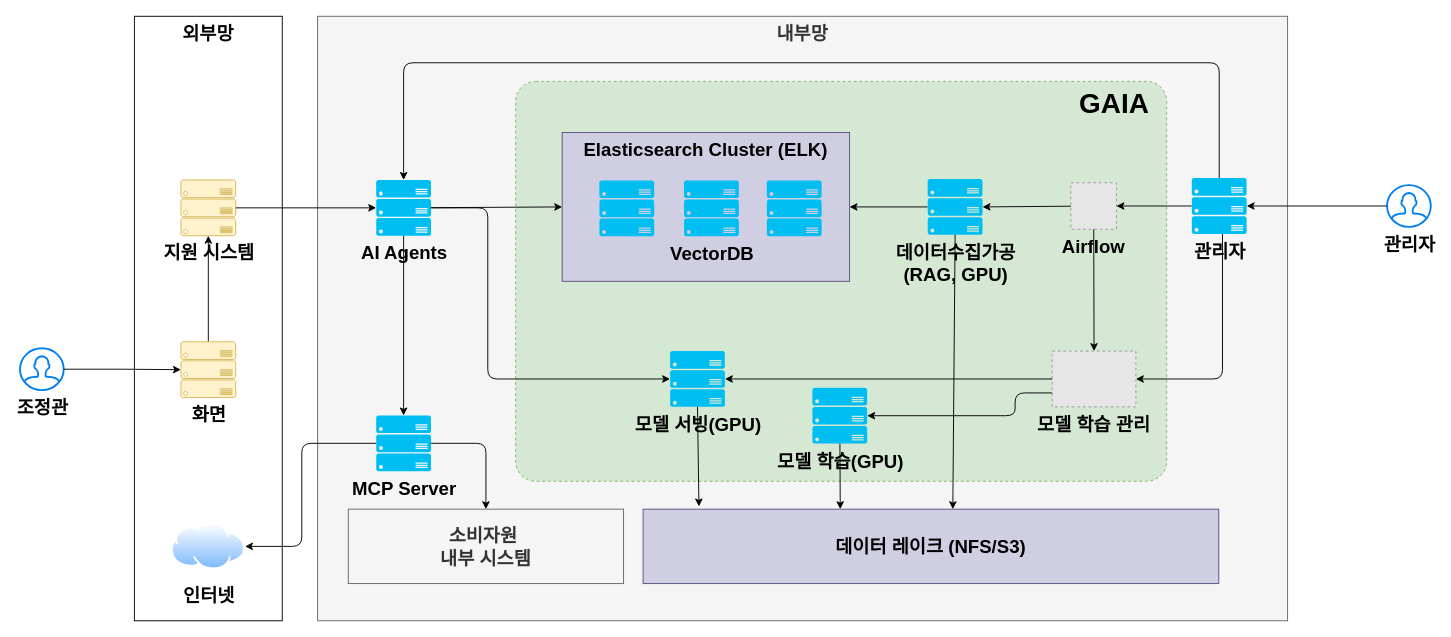
This is page "서버구성(2차년도)" (10 of 11) of docs/KCA.drawio from eunpa/KCA, a draw.io file, before an edit. Source tidied: cells renumbered, new cells numbered last; positions are measured from the earlier drawing's top-left corner, leaving out a move shared by most shapes. Both pictures are drawn from the tidied source at 93%, with x=0, y=0 at pixel (20, 16). Pictures stored in the file or linked from it are replaced by grey dashed boxes.
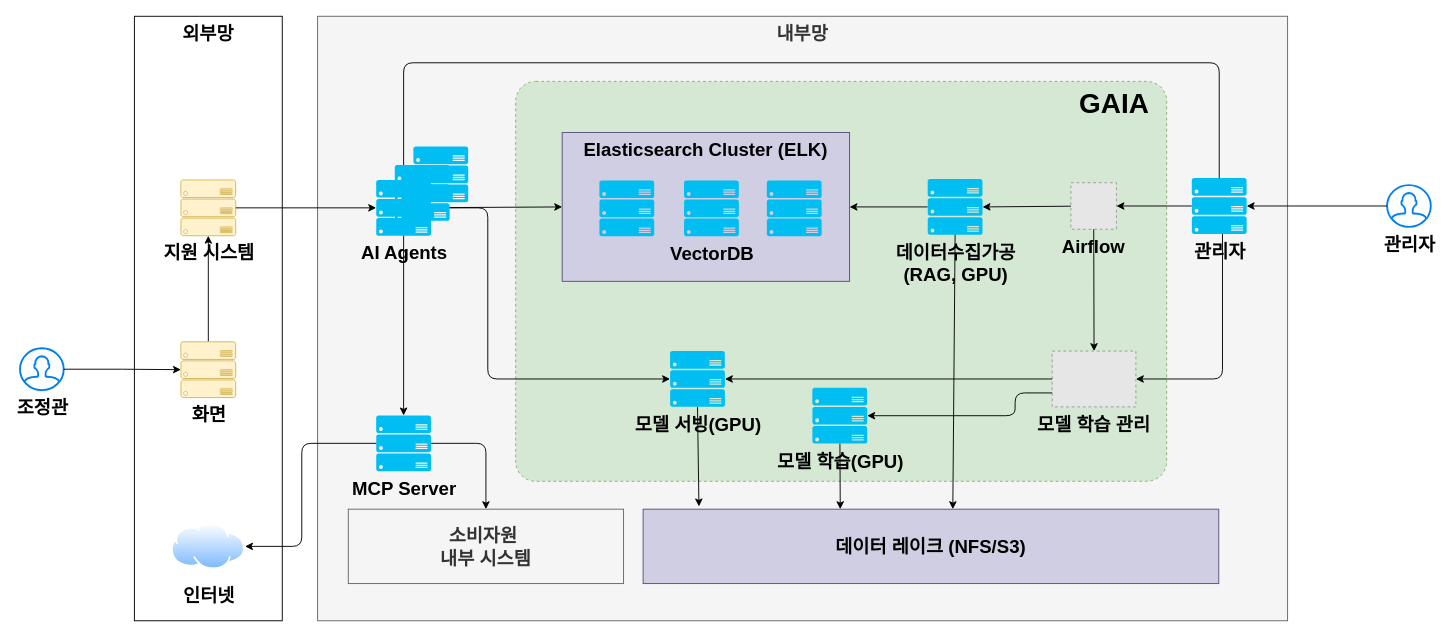
Above is the later version.

Change to the diagram source:
```diff
@@
+    <mxCell id="44" style="verticalLabelPosition=bottom;html=1;verticalAlign=top;align=center;strokeColor=none;fillColor=#00BEF2;shape=mxgraph.azure.server_rack;fontStyle=1;fontSize=20;" parent="1" vertex="1">
+      <mxGeometry x="403" y="160" width="59" height="60" as="geometry" />
+    </mxCell>
+    <mxCell id="45" style="verticalLabelPosition=bottom;html=1;verticalAlign=top;align=center;strokeColor=none;fillColor=#00BEF2;shape=mxgraph.azure.server_rack;fontStyle=1;fontSize=20;" parent="1" vertex="1">
+      <mxGeometry x="423" y="140" width="59" height="60" as="geometry" />
+    </mxCell>
```
